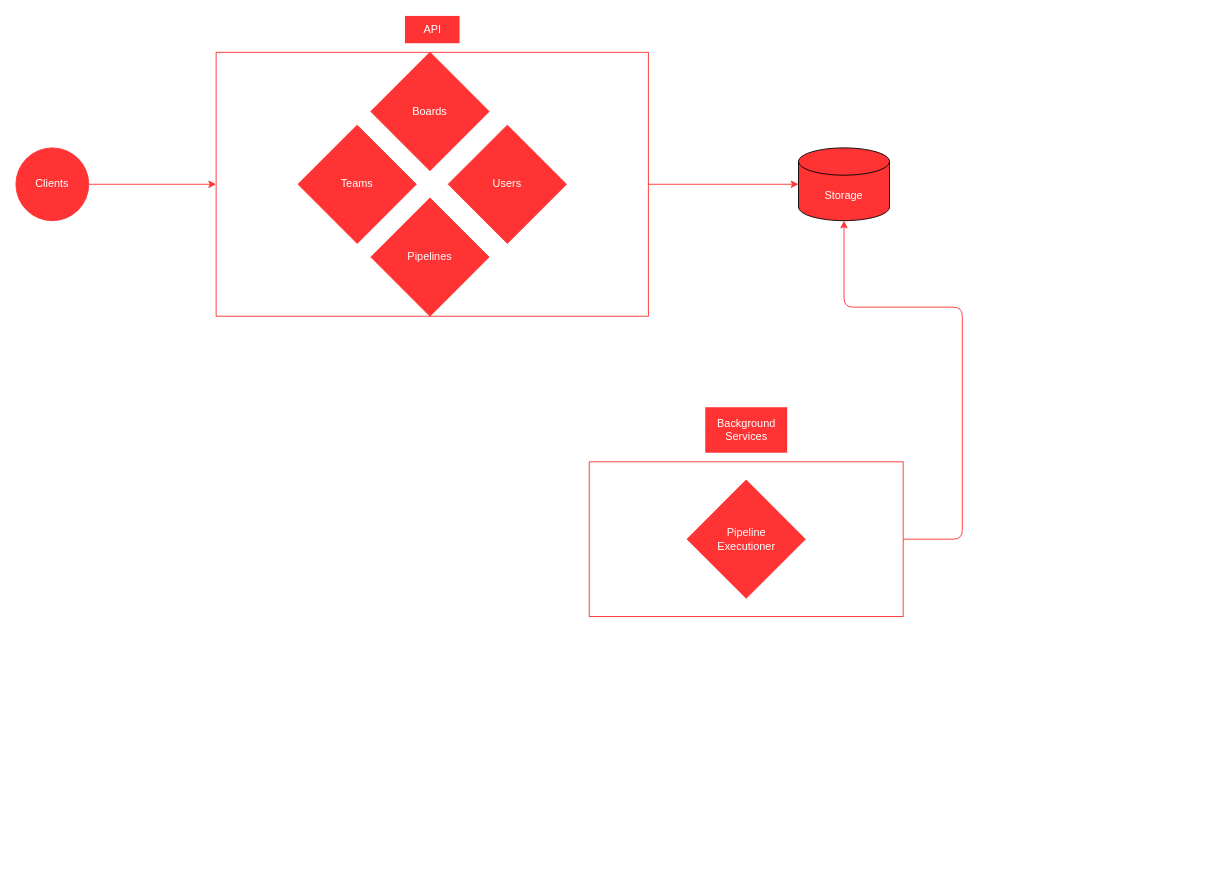
Earlier version of the draw.io diagram docs/systems/backend/mvp_v1/components.drawio (dbelik/restroy). Source tidied: cells renumbered, new cells numbered last; positions are measured from the earlier drawing's top-left corner, leaving out a move shared by most shapes. Both pictures are drawn from the tidied source at 91%, with x=0, y=0 at pixel (15, 15).
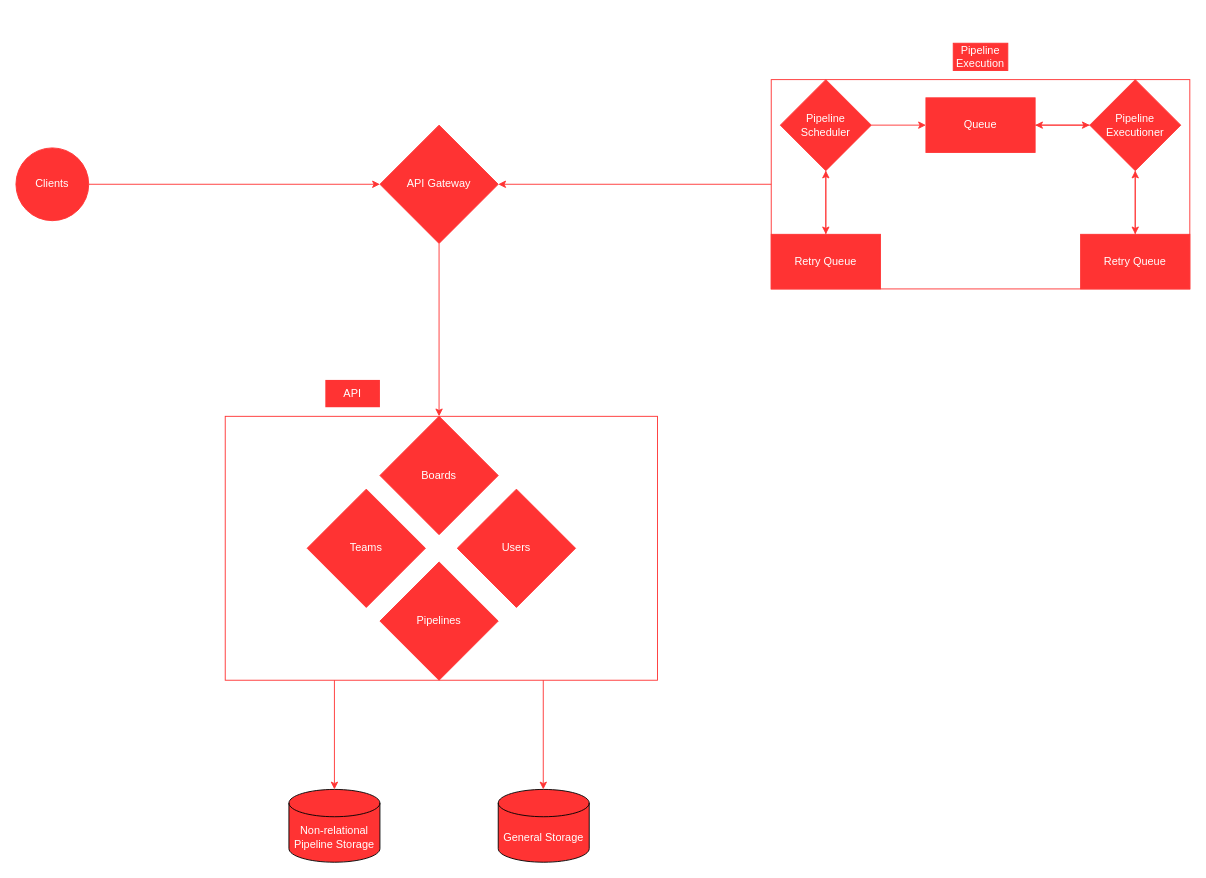
The same diagram, later.

Unchanged cells that the change refers to:
```xml
<mxCell id="4" value="Clients" style="ellipse;whiteSpace=wrap;html=1;strokeColor=#FF3333;fillColor=#FF3333;labelBackgroundColor=none;fontColor=#FFFFFF;" parent="1" vertex="1">
  <mxGeometry y="145" width="80" height="80" as="geometry" />
</mxCell>
<mxCell id="9" value="Boards" style="rhombus;whiteSpace=wrap;html=1;rounded=0;glass=0;fillColor=#FF3333;strokeColor=#FF3333;labelBackgroundColor=none;fontColor=#FFFFFF;" parent="7" vertex="1">
  <mxGeometry x="170" width="130" height="130" as="geometry" />
</mxCell>
```

What changed in the source:
```diff
@@
-    <mxCell id="2" style="rounded=0;whiteSpace=wrap;html=1;fillColor=none;strokeColor=#FF3333;" parent="1" vertex="1">
-      <mxGeometry x="630" y="490" width="345" height="170" as="geometry" />
-    </mxCell>
+    <mxCell id="17" style="edgeStyle=none;html=1;strokeColor=#FF3333;startArrow=none;startFill=0;endArrow=classic;endFill=1;entryX=1;entryY=0.5;entryDx=0;entryDy=0;" parent="1" edge="1" target="35">
+      <mxGeometry relative="1" as="geometry">
+        <mxPoint x="830" y="185" as="sourcePoint" />
+      </mxGeometry>
+    </mxCell>
-    <mxCell id="3" style="edgeStyle=none;html=1;strokeColor=#FF3333;labelBackgroundColor=none;fontColor=#FFFFFF;" parent="1" edge="1" source="4">
-      <mxGeometry relative="1" as="geometry">
-        <mxPoint x="220" y="185" as="targetPoint" />
-      </mxGeometry>
+    <mxCell id="3" style="edgeStyle=none;html=1;strokeColor=#FF3333;labelBackgroundColor=none;fontColor=#FFFFFF;entryX=0;entryY=0.5;entryDx=0;entryDy=0;" parent="1" edge="1" source="4" target="35">
+      <mxGeometry relative="1" as="geometry" />
     </mxCell>
@@
-    <mxCell id="5" value="Storage" style="shape=cylinder3;whiteSpace=wrap;html=1;boundedLbl=1;backgroundOutline=1;size=15;strokeWidth=1;fillColor=#FF3333;strokeColor=default;labelBackgroundColor=none;fontColor=#FFFFFF;" parent="1" vertex="1">
-      <mxGeometry x="860" y="145" width="100" height="80" as="geometry" />
+    <mxCell id="5" value="General Storage" style="shape=cylinder3;whiteSpace=wrap;html=1;boundedLbl=1;backgroundOutline=1;size=15;strokeWidth=1;fillColor=#FF3333;strokeColor=default;labelBackgroundColor=none;fontColor=#FFFFFF;" parent="1" vertex="1">
+      <mxGeometry x="530" y="850" width="100" height="80" as="geometry" />
     </mxCell>
-    <mxCell id="6" style="group;labelBackgroundColor=none;fontColor=#FFFFFF;" parent="1" vertex="1">
-      <mxGeometry x="220" width="475" height="330" as="geometry" />
+    <mxCell id="6" style="group;labelBackgroundColor=none;fontColor=#FFFFFF;strokeColor=none;" parent="1" vertex="1">
+      <mxGeometry x="230" y="400" width="475" height="330" as="geometry" />
     </mxCell>
@@
     <mxCell id="12" value="API" style="text;html=1;strokeColor=none;fillColor=#FF3333;align=center;verticalAlign=middle;whiteSpace=wrap;rounded=0;glass=0;labelBackgroundColor=none;fontColor=#FFFFFF;" parent="6" vertex="1">
-      <mxGeometry x="207.5" width="60" height="30" as="geometry" />
+      <mxGeometry x="110" width="60" height="30" as="geometry" />
     </mxCell>
-    <mxCell id="13" style="edgeStyle=none;html=1;entryX=0;entryY=0.5;entryDx=0;entryDy=0;entryPerimeter=0;strokeColor=#FF3333;labelBackgroundColor=none;fontColor=#FFFFFF;" parent="1" edge="1" target="5">
-      <mxGeometry relative="1" as="geometry">
-        <mxPoint x="695" y="185" as="sourcePoint" />
-      </mxGeometry>
-    </mxCell>
-    <mxCell id="14" style="edgeStyle=none;html=1;entryX=0.5;entryY=1;entryDx=0;entryDy=0;entryPerimeter=0;strokeColor=#FF3333;exitX=1;exitY=0.5;exitDx=0;exitDy=0;" parent="1" edge="1" source="2" target="5">
-      <mxGeometry relative="1" as="geometry">
-        <Array as="points">
-          <mxPoint x="1040" y="575" />
-          <mxPoint x="1040" y="320" />
-          <mxPoint x="910" y="320" />
-        </Array>
-      </mxGeometry>
-    </mxCell>
+    <mxCell id="18" value="Non-relational Pipeline Storage" style="shape=cylinder3;whiteSpace=wrap;html=1;boundedLbl=1;backgroundOutline=1;size=15;strokeWidth=1;fillColor=#FF3333;strokeColor=default;labelBackgroundColor=none;fontColor=#FFFFFF;" parent="1" vertex="1">
+      <mxGeometry x="300" y="850" width="100" height="80" as="geometry" />
+    </mxCell>
+    <mxCell id="19" style="endArrow=classic;html=1;strokeColor=#FF3333;entryX=0.5;entryY=0;entryDx=0;entryDy=0;entryPerimeter=0;" parent="1" edge="1" target="18">
+      <mxGeometry relative="1" as="geometry">
+        <mxPoint x="350" y="730" as="sourcePoint" />
+      </mxGeometry>
+    </mxCell>
+    <mxCell id="20" style="endArrow=classic;html=1;strokeColor=#FF3333;entryX=0.5;entryY=0;entryDx=0;entryDy=0;entryPerimeter=0;" parent="1" edge="1">
+      <mxGeometry relative="1" as="geometry">
+        <mxPoint x="579.5" y="730" as="sourcePoint" />
+        <mxPoint x="579.5" y="850" as="targetPoint" />
+      </mxGeometry>
+    </mxCell>
+    <mxCell id="21" style="group;strokeColor=#FF3333;labelBackgroundColor=none;fontColor=#FFFFFF;" parent="1" vertex="1">
+      <mxGeometry x="830" y="70" width="460" height="230" as="geometry" />
+    </mxCell>
+    <mxCell id="22" value="Pipeline Scheduler" style="rhombus;whiteSpace=wrap;html=1;fillColor=#FF3333;strokeColor=#FF3333;labelBackgroundColor=none;fontColor=#FFFFFF;" parent="21" vertex="1">
+      <mxGeometry x="10" width="100" height="100" as="geometry" />
+    </mxCell>
+    <mxCell id="23" value="Queue" style="rounded=0;whiteSpace=wrap;html=1;fillColor=#FF3333;strokeColor=#FF3333;labelBackgroundColor=none;fontColor=#FFFFFF;" parent="21" vertex="1">
+      <mxGeometry x="170" y="20" width="120" height="60" as="geometry" />
+    </mxCell>
+    <mxCell id="24" style="edgeStyle=none;html=1;entryX=0;entryY=0.5;entryDx=0;entryDy=0;strokeColor=#FF3333;labelBackgroundColor=none;fontColor=#FFFFFF;" parent="21" edge="1" source="22" target="23">
+      <mxGeometry relative="1" as="geometry" />
+    </mxCell>
+    <mxCell id="25" style="edgeStyle=none;html=1;entryX=1;entryY=0.5;entryDx=0;entryDy=0;strokeColor=#FF3333;labelBackgroundColor=none;fontColor=#FFFFFF;" parent="21" edge="1" source="15" target="23">
+      <mxGeometry relative="1" as="geometry" />
+    </mxCell>
-    <mxCell id="15" value="Pipeline &lt;br&gt;Executioner" style="rhombus;whiteSpace=wrap;html=1;rounded=0;glass=0;fillColor=#FF3333;strokeColor=#FF3333;labelBackgroundColor=none;fontColor=#FFFFFF;" parent="1" vertex="1">
-      <mxGeometry x="737.5" y="510" width="130" height="130" as="geometry" />
+    <mxCell id="15" value="Pipeline Executioner" style="rhombus;whiteSpace=wrap;html=1;fillColor=#FF3333;strokeColor=#FF3333;labelBackgroundColor=none;fontColor=#FFFFFF;" parent="21" vertex="1">
+      <mxGeometry x="350" width="100" height="100" as="geometry" />
     </mxCell>
-    <mxCell id="16" value="Background Services" style="text;html=1;strokeColor=none;fillColor=#FF3333;align=center;verticalAlign=middle;whiteSpace=wrap;rounded=0;fontColor=#FFFFFF;" parent="1" vertex="1">
-      <mxGeometry x="757.5" y="430" width="90" height="50" as="geometry" />
-    </mxCell>
+    <mxCell id="26" style="edgeStyle=none;html=1;entryX=0;entryY=0.5;entryDx=0;entryDy=0;strokeColor=#FF3333;labelBackgroundColor=none;fontColor=#FFFFFF;" parent="21" edge="1" source="23" target="15">
+      <mxGeometry relative="1" as="geometry" />
+    </mxCell>
+    <mxCell id="27" style="edgeStyle=none;html=1;entryX=0.5;entryY=1;entryDx=0;entryDy=0;strokeColor=#FF3333;labelBackgroundColor=none;fontColor=#FFFFFF;" parent="21" edge="1" source="28" target="22">
+      <mxGeometry relative="1" as="geometry" />
+    </mxCell>
+    <mxCell id="28" value="Retry Queue" style="rounded=0;whiteSpace=wrap;html=1;fillColor=#FF3333;strokeColor=#FF3333;labelBackgroundColor=none;fontColor=#FFFFFF;" parent="21" vertex="1">
+      <mxGeometry y="170" width="120" height="60" as="geometry" />
+    </mxCell>
+    <mxCell id="29" style="edgeStyle=none;html=1;entryX=0.5;entryY=0;entryDx=0;entryDy=0;strokeColor=#FF3333;labelBackgroundColor=none;fontColor=#FFFFFF;" parent="21" edge="1" source="22" target="28">
+      <mxGeometry relative="1" as="geometry" />
+    </mxCell>
+    <mxCell id="30" style="edgeStyle=none;html=1;entryX=0.5;entryY=1;entryDx=0;entryDy=0;strokeColor=#FF3333;labelBackgroundColor=none;fontColor=#FFFFFF;" parent="21" edge="1" source="31" target="15">
+      <mxGeometry relative="1" as="geometry" />
+    </mxCell>
+    <mxCell id="31" value="Retry Queue" style="rounded=0;whiteSpace=wrap;html=1;fillColor=#FF3333;strokeColor=#FF3333;labelBackgroundColor=none;fontColor=#FFFFFF;" parent="21" vertex="1">
+      <mxGeometry x="340" y="170" width="120" height="60" as="geometry" />
+    </mxCell>
+    <mxCell id="32" style="edgeStyle=none;html=1;entryX=0.5;entryY=0;entryDx=0;entryDy=0;strokeColor=#FF3333;labelBackgroundColor=none;fontColor=#FFFFFF;" parent="21" edge="1" source="15" target="31">
+      <mxGeometry relative="1" as="geometry" />
+    </mxCell>
+    <mxCell id="33" value="Pipeline Execution" style="text;html=1;strokeColor=#FF3333;fillColor=#FF3333;align=center;verticalAlign=middle;whiteSpace=wrap;rounded=0;labelBackgroundColor=none;fontColor=#FFFFFF;" parent="1" vertex="1">
+      <mxGeometry x="1030" y="30" width="60" height="30" as="geometry" />
+    </mxCell>
+    <mxCell id="34" style="edgeStyle=none;html=1;entryX=0.5;entryY=0;entryDx=0;entryDy=0;strokeColor=#FF3333;startArrow=none;startFill=0;endArrow=classic;endFill=1;" parent="1" edge="1" source="35" target="9">
+      <mxGeometry relative="1" as="geometry" />
+    </mxCell>
+    <mxCell id="35" value="API Gateway" style="rhombus;whiteSpace=wrap;html=1;rounded=0;glass=0;fillColor=#FF3333;strokeColor=#FF3333;labelBackgroundColor=none;fontColor=#FFFFFF;" parent="1" vertex="1">
+      <mxGeometry x="400" y="120" width="130" height="130" as="geometry" />
+    </mxCell>
```
